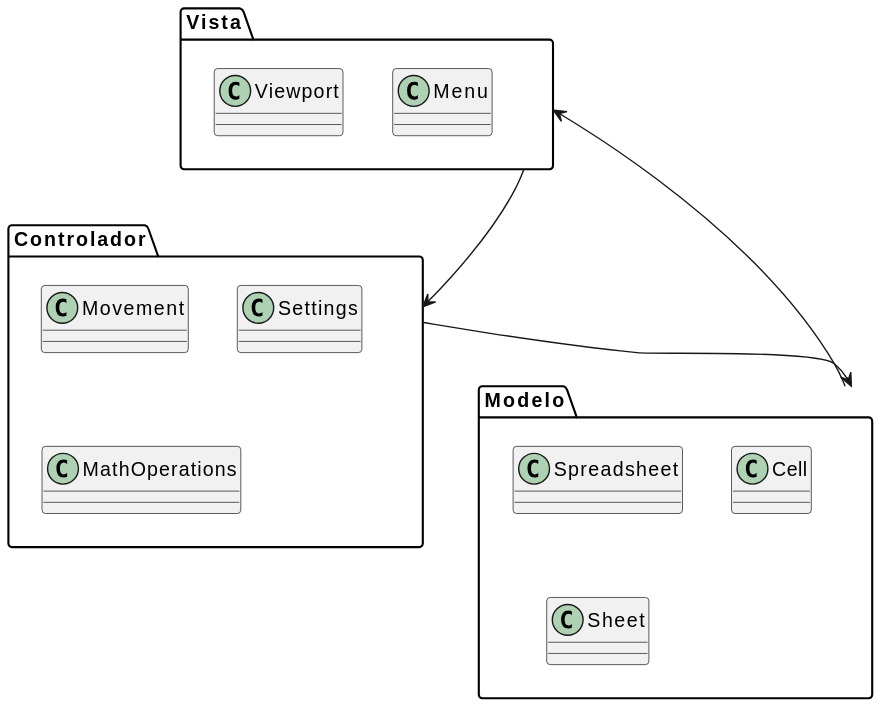
Above: modelosUML/ModeloVistaControlador/ModeloVistaControlador.svg in pablarce/23-24-IdSw2-SDD (PlantUML), before the change.
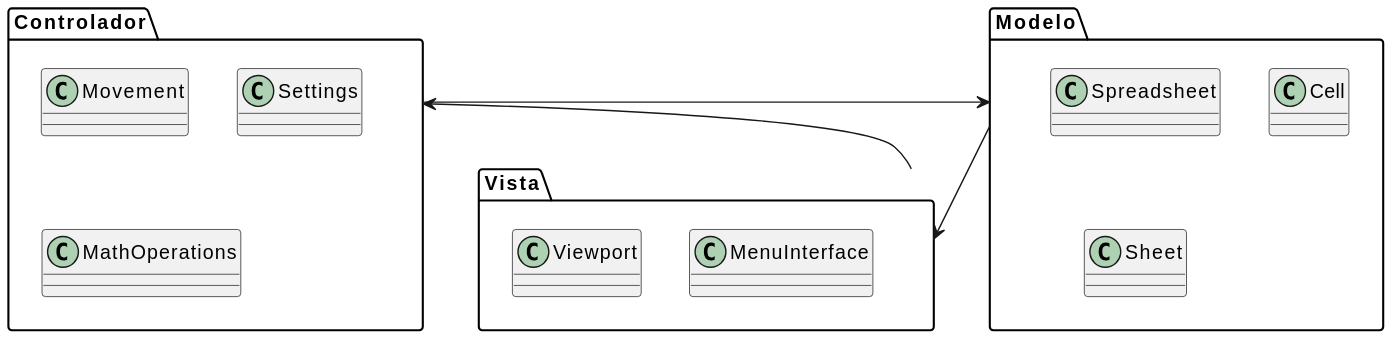
After the change.

Commit message:
Menu name + bugfix

Diff of the diagram source:
```diff
@@ -1,7 +1,7 @@
 @startuml
 package "Vista" {
     class Viewport
-    class Menu
+    class MenuInterface
 }
 
 package "Controlador" {
@@ -19,5 +19,5 @@
 
 Modelo --> Vista
 Vista --> Controlador
-Controlador --> Modelo
+Controlador -> Modelo
 @enduml
```
